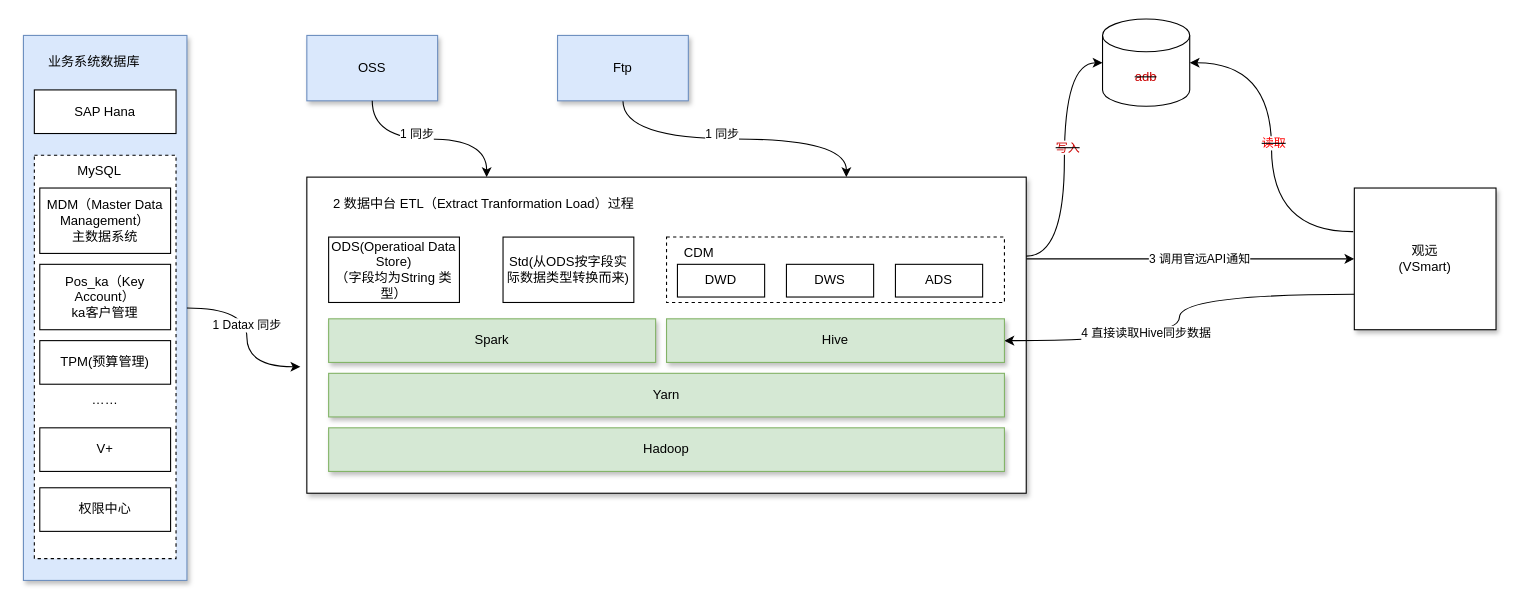
Above: etl.drawio in fsJerryChan/fsJerryChan (draw.io), before the change. Source tidied: cells renumbered, new cells numbered last; positions are measured from the earlier drawing's top-left corner, leaving out a move shared by most shapes. Both pictures are drawn from the tidied source at 109%, with x=0, y=0 at pixel (23, 19).
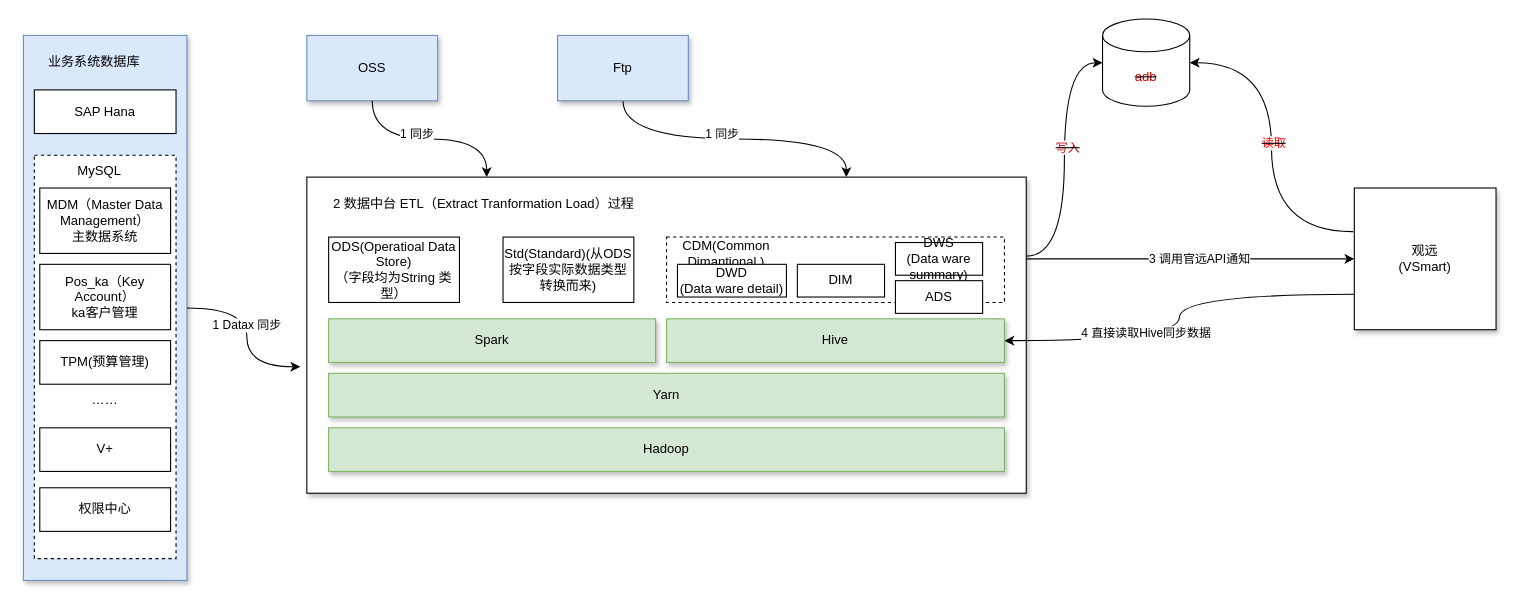
The same diagram, later.

What changed in the source:
```diff
@@
-    <mxCell id="25" value="Std(从ODS按字段实际数据类型转换而来)" style="rounded=0;whiteSpace=wrap;html=1;" parent="1" vertex="1">
+    <mxCell id="25" value="Std(Standard)(从ODS按字段实际数据类型转换而来)" style="rounded=0;whiteSpace=wrap;html=1;" parent="1" vertex="1">
       <mxGeometry x="440" y="200" width="120" height="60" as="geometry" />
     </mxCell>
@@
-    <mxCell id="27" value="CDM" style="text;strokeColor=none;align=center;fillColor=none;html=1;verticalAlign=middle;whiteSpace=wrap;rounded=0;" parent="1" vertex="1">
-      <mxGeometry x="600" y="200" width="40" height="30" as="geometry" />
+    <mxCell id="27" value="CDM(Common Dimantional )" style="text;strokeColor=none;align=center;fillColor=none;html=1;verticalAlign=middle;whiteSpace=wrap;rounded=0;" parent="1" vertex="1">
+      <mxGeometry x="600" y="200" width="90" height="30" as="geometry" />
     </mxCell>
-    <mxCell id="28" value="DWD" style="rounded=0;whiteSpace=wrap;html=1;" parent="1" vertex="1">
-      <mxGeometry x="600" y="225" width="80" height="30" as="geometry" />
+    <mxCell id="28" value="DWD&lt;br&gt;(Data ware detail)" style="rounded=0;whiteSpace=wrap;html=1;" parent="1" vertex="1">
+      <mxGeometry x="600" y="225" width="100" height="30" as="geometry" />
     </mxCell>
-    <mxCell id="29" value="DWS" style="rounded=0;whiteSpace=wrap;html=1;" parent="1" vertex="1">
-      <mxGeometry x="700" y="225" width="80" height="30" as="geometry" />
+    <mxCell id="29" value="DWS&lt;br&gt;(Data ware summary)" style="rounded=0;whiteSpace=wrap;html=1;" parent="1" vertex="1">
+      <mxGeometry x="800" y="205" width="80" height="30" as="geometry" />
     </mxCell>
-    <mxCell id="30" value="ADS" style="rounded=0;whiteSpace=wrap;html=1;" parent="1" vertex="1">
-      <mxGeometry x="800" y="225" width="80" height="30" as="geometry" />
+    <mxCell id="30" value="DIM" style="rounded=0;whiteSpace=wrap;html=1;" parent="1" vertex="1">
+      <mxGeometry x="710" y="225" width="80" height="30" as="geometry" />
     </mxCell>
@@
+    <mxCell id="46" value="ADS" style="rounded=0;whiteSpace=wrap;html=1;" parent="1" vertex="1">
+      <mxGeometry x="800" y="240" width="80" height="30" as="geometry" />
+    </mxCell>
+    <mxCell id="47" style="edgeStyle=orthogonalEdgeStyle;rounded=0;orthogonalLoop=1;jettySize=auto;html=1;exitX=0.5;exitY=1;exitDx=0;exitDy=0;" parent="1" edge="1" source="28" target="28">
+      <mxGeometry relative="1" as="geometry" />
+    </mxCell>
```
